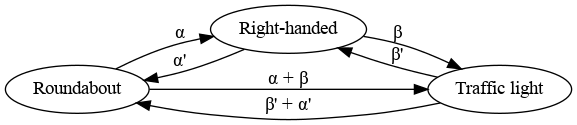
Above: doc/graphs/junctions.png in basictask/TrafficControl (Graphviz), before the change. Its source is kept beside it as doc/graphs/junctions.dot.
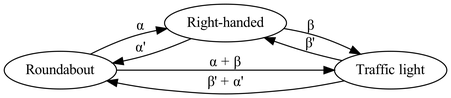
After the change.

Diff of the diagram source:
```diff
@@ -1,4 +1,5 @@
 digraph "round-table" {
+    graph [dpi = 300];
 
     rankdir = "LR"
 
```
